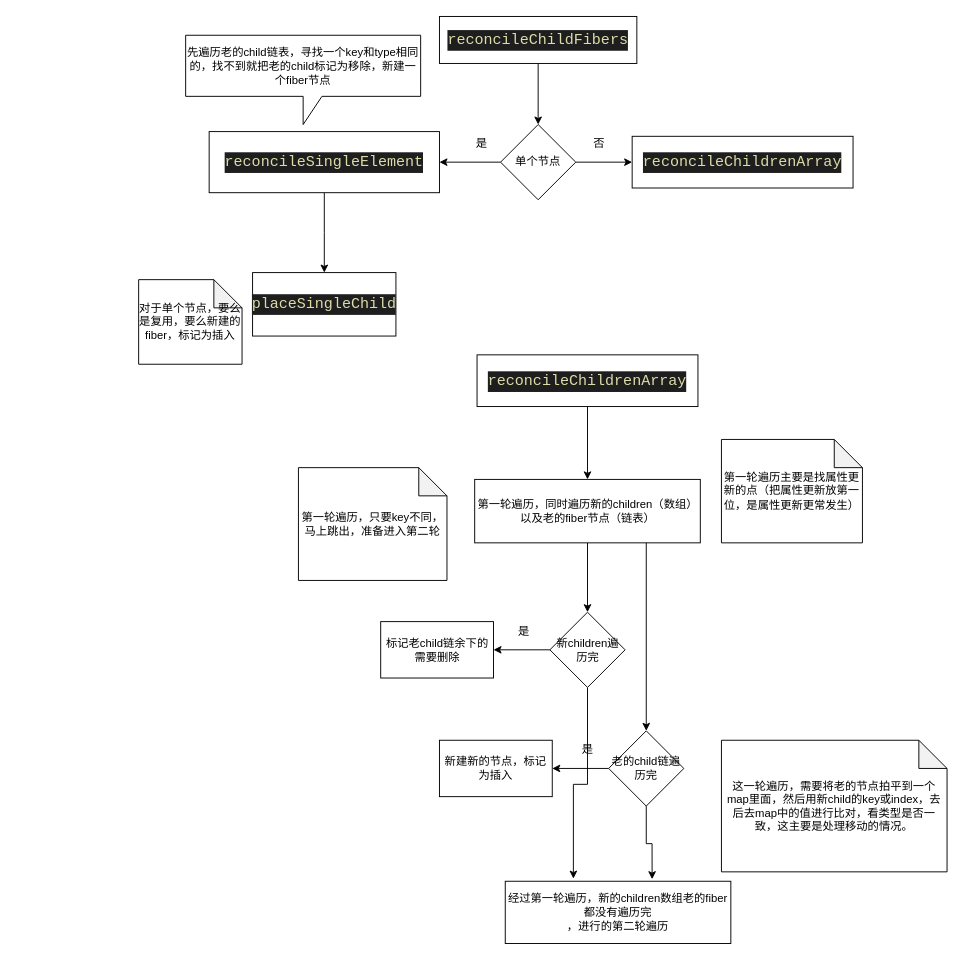
Before: react/reconcile.dio in chunyimo/source_code_read, a draw.io diagram. Source tidied: cells renumbered, new cells numbered last; positions are measured from the earlier drawing's top-left corner, leaving out a move shared by most shapes. Both pictures are drawn from the tidied source at 94%, with x=0, y=0 at pixel (138, 16).
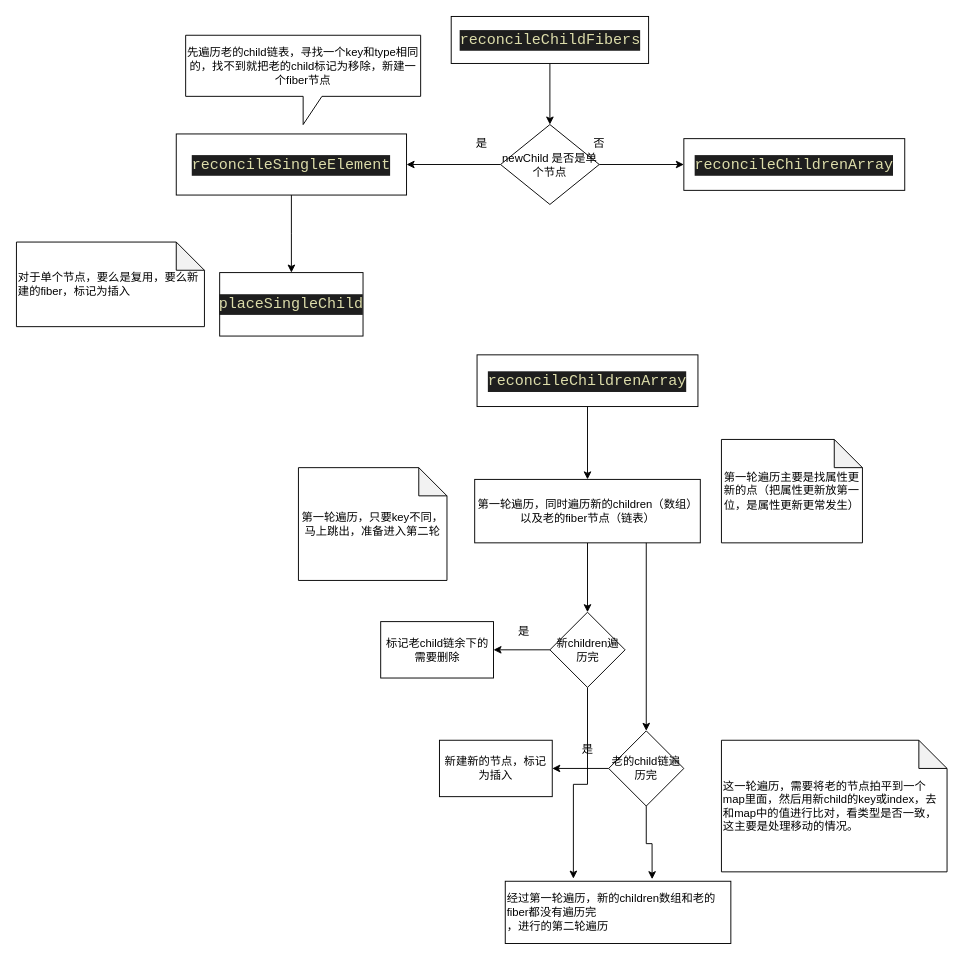
The same diagram, later.

Diff of the diagram source:
```diff
@@
     <mxCell id="3" value="&lt;div style=&quot;color: rgb(212 , 212 , 212) ; background-color: rgb(30 , 30 , 30) ; font-family: &amp;#34;consolas&amp;#34; , &amp;#34;courier new&amp;#34; , monospace ; font-size: 16px ; line-height: 22px&quot;&gt;&lt;span style=&quot;color: #dcdcaa&quot;&gt;reconcileChildFibers&lt;/span&gt;&lt;/div&gt;" style="rounded=0;whiteSpace=wrap;html=1;" parent="1" vertex="1">
-      <mxGeometry x="320" width="210" height="50" as="geometry" />
+      <mxGeometry x="332.5" width="210" height="50" as="geometry" />
     </mxCell>
@@
-    <mxCell id="6" value="单个节点" style="rhombus;whiteSpace=wrap;html=1;rounded=0;" parent="1" vertex="1">
-      <mxGeometry x="385" y="115" width="80" height="80" as="geometry" />
+    <mxCell id="6" value="newChild 是否是单个节点" style="rhombus;whiteSpace=wrap;html=1;rounded=0;" parent="1" vertex="1">
+      <mxGeometry x="385" y="115" width="105" height="85" as="geometry" />
     </mxCell>
@@
     <mxCell id="8" value="&lt;div style=&quot;color: rgb(212 , 212 , 212) ; background-color: rgb(30 , 30 , 30) ; font-family: &amp;#34;consolas&amp;#34; , &amp;#34;courier new&amp;#34; , monospace ; font-size: 16px ; line-height: 22px&quot;&gt;&lt;span style=&quot;color: #dcdcaa&quot;&gt;reconcileSingleElement&lt;/span&gt;&lt;/div&gt;" style="whiteSpace=wrap;html=1;rounded=0;" parent="1" vertex="1">
-      <mxGeometry x="75" y="122.5" width="245" height="65" as="geometry" />
+      <mxGeometry x="40" y="125" width="245" height="65" as="geometry" />
     </mxCell>
     <mxCell id="9" value="&#10;&#10;&lt;div style=&quot;color: rgb(212, 212, 212); background-color: rgb(30, 30, 30); font-family: consolas, &amp;quot;courier new&amp;quot;, monospace; font-weight: normal; font-size: 16px; line-height: 22px;&quot;&gt;&lt;div&gt;&lt;span style=&quot;color: #dcdcaa&quot;&gt;reconcileChildrenArray&lt;/span&gt;&lt;/div&gt;&lt;/div&gt;&#10;&#10;" style="whiteSpace=wrap;html=1;rounded=0;" parent="1" vertex="1">
-      <mxGeometry x="525" y="127.5" width="235" height="55" as="geometry" />
+      <mxGeometry x="580" y="130" width="235" height="55" as="geometry" />
     </mxCell>
@@
     <mxCell id="12" value="&lt;div style=&quot;color: rgb(212 , 212 , 212) ; background-color: rgb(30 , 30 , 30) ; font-family: &amp;#34;consolas&amp;#34; , &amp;#34;courier new&amp;#34; , monospace ; font-size: 16px ; line-height: 22px&quot;&gt;&lt;span style=&quot;color: #dcdcaa&quot;&gt;placeSingleChild&lt;/span&gt;&lt;/div&gt;" style="whiteSpace=wrap;html=1;rounded=0;" parent="1" vertex="1">
-      <mxGeometry x="121.2" y="272.5" width="152.5" height="67.5" as="geometry" />
+      <mxGeometry x="86.2" y="272.5" width="152.5" height="67.5" as="geometry" />
     </mxCell>
@@
-    <mxCell id="14" value="对于单个节点，要么是复用，要么新建的fiber，标记为插入" style="shape=note;whiteSpace=wrap;html=1;backgroundOutline=1;darkOpacity=0.05;" parent="1" vertex="1">
-      <mxGeometry y="280" width="110" height="90" as="geometry" />
+    <mxCell id="14" value="对于单个节点，要么是复用，要么新建的fiber，标记为插入" style="shape=note;whiteSpace=wrap;html=1;backgroundOutline=1;darkOpacity=0.05;align=left;" parent="1" vertex="1">
+      <mxGeometry x="-130" y="240" width="200" height="90" as="geometry" />
     </mxCell>
@@
-    <mxCell id="20" value="这一轮遍历，需要将老的节点拍平到一个map里面，然后用新child的key或index，去后去map中的值进行比对，看类型是否一致，这主要是处理移动的情况。" style="shape=note;whiteSpace=wrap;html=1;backgroundOutline=1;darkOpacity=0.05;" parent="1" vertex="1">
+    <mxCell id="20" value="这一轮遍历，需要将老的节点拍平到一个map里面，然后用新child的key或index，去和map中的值进行比对，看类型是否一致，这主要是处理移动的情况。" style="shape=note;whiteSpace=wrap;html=1;backgroundOutline=1;darkOpacity=0.05;align=left;" parent="1" vertex="1">
       <mxGeometry x="620" y="770" width="240" height="140" as="geometry" />
     </mxCell>
-    <mxCell id="21" value="经过第一轮遍历，新的children数组老的fiber都没有遍历完&lt;br&gt;，进行的第二轮遍历" style="whiteSpace=wrap;html=1;rounded=0;" parent="1" vertex="1">
+    <mxCell id="21" value="经过第一轮遍历，新的children数组和老的fiber都没有遍历完&lt;br&gt;，进行的第二轮遍历" style="whiteSpace=wrap;html=1;rounded=0;align=left;" parent="1" vertex="1">
       <mxGeometry x="390" y="920" width="240" height="66.2" as="geometry" />
     </mxCell>
```
